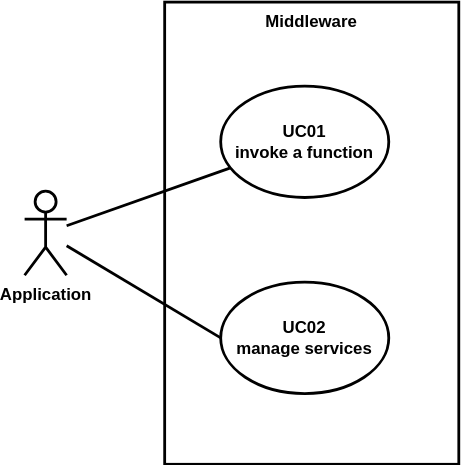
HaniAlshikh/tron keeps this draw.io diagram as docs/middleware/diagrams/UseCases.drawio.svg. Above is the earlier version. Source tidied: cells renumbered, new cells last; positions are measured from the earlier drawing's top-left corner, leaving out a move shared by most shapes.
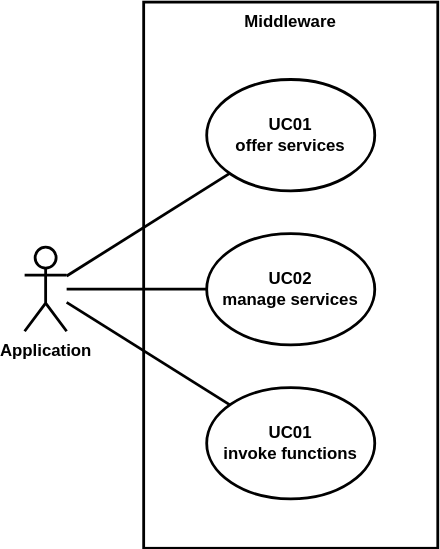
After the commit.

What changed in the source:
```diff
@@ -3,7 +3,7 @@
     <mxCell id="0" />
     <mxCell id="1" parent="0" />
     <mxCell id="2" value="&lt;b&gt;Middleware&lt;/b&gt;" style="rounded=0;whiteSpace=wrap;html=1;strokeWidth=2;verticalAlign=top;" parent="1" vertex="1">
-      <mxGeometry x="100" width="210" height="330" as="geometry" />
+      <mxGeometry x="85" y="-40" width="210" height="390" as="geometry" />
     </mxCell>
     <mxCell id="3" style="edgeStyle=none;rounded=0;jettySize=auto;html=1;fontFamily=Helvetica;fontSize=12;endArrow=none;endFill=0;strokeWidth=2;" parent="1" edge="1" source="6" target="7">
       <mxGeometry relative="1" as="geometry" />
@@ -12,13 +12,19 @@
       <mxGeometry relative="1" as="geometry" />
     </mxCell>
     <mxCell id="5" value="&lt;b&gt;UC02&lt;/b&gt;&lt;br&gt;&lt;b&gt;manage services&lt;/b&gt;" style="ellipse;whiteSpace=wrap;html=1;strokeWidth=2;" parent="1" vertex="1">
-      <mxGeometry x="140" y="200" width="120" height="79.5" as="geometry" />
+      <mxGeometry x="130" y="125.2" width="120" height="79.5" as="geometry" />
     </mxCell>
+    <mxCell id="8" style="edgeStyle=none;shape=connector;rounded=0;html=1;labelBackgroundColor=default;fontFamily=Helvetica;fontSize=12;fontColor=default;endArrow=none;endFill=0;strokeColor=default;strokeWidth=2;" parent="1" edge="1" source="6" target="9">
+      <mxGeometry relative="1" as="geometry" />
+    </mxCell>
     <mxCell id="6" value="&lt;b&gt;Application&lt;/b&gt;" style="shape=umlActor;verticalLabelPosition=bottom;verticalAlign=top;html=1;outlineConnect=0;strokeWidth=2;" parent="1" vertex="1">
       <mxGeometry y="135" width="30" height="60" as="geometry" />
     </mxCell>
-    <mxCell id="7" value="&lt;b&gt;UC01&lt;br&gt;&lt;/b&gt;&lt;b&gt;invoke a function&lt;/b&gt;" style="ellipse;whiteSpace=wrap;html=1;strokeWidth=2;" parent="1" vertex="1">
-      <mxGeometry x="140" y="60" width="120" height="79.5" as="geometry" />
+    <mxCell id="7" value="&lt;b&gt;UC01&lt;br&gt;&lt;/b&gt;&lt;b&gt;invoke functions&lt;/b&gt;" style="ellipse;whiteSpace=wrap;html=1;strokeWidth=2;" parent="1" vertex="1">
+      <mxGeometry x="130" y="235.2" width="120" height="79.5" as="geometry" />
     </mxCell>
+    <mxCell id="9" value="&lt;b&gt;UC01&lt;/b&gt;&lt;br&gt;&lt;b&gt;offer services&lt;/b&gt;" style="ellipse;whiteSpace=wrap;html=1;strokeWidth=2;" parent="1" vertex="1">
+      <mxGeometry x="130" y="15.2" width="120" height="79.5" as="geometry" />
+    </mxCell>
   </root>
 </mxGraphModel>
```
